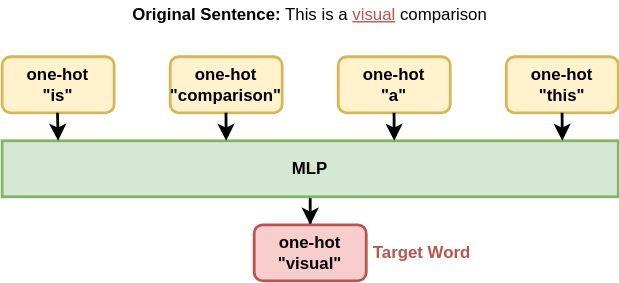
yyhtbs-yye/course_images keeps this draw.io diagram as word_embedding_cbow.svg. Above is the earlier version. Source tidied: cells renumbered, new cells last; positions are measured from the earlier drawing's top-left corner, leaving out a move shared by most shapes. The source it was exported from:
```xml
<mxGraphModel>
  <root>
    <mxCell id="0" />
    <mxCell id="1" parent="0" />
    <mxCell id="2" value="one-hot&lt;br&gt;&quot;is&quot;" style="rounded=1;whiteSpace=wrap;html=1;fillColor=#fff2cc;strokeColor=#d6b656;strokeWidth=2;fontStyle=1;" parent="1" vertex="1">
      <mxGeometry y="40" width="80" height="40" as="geometry" />
    </mxCell>
    <mxCell id="3" value="one-hot&lt;br&gt;&quot;comparison&quot;" style="rounded=1;whiteSpace=wrap;html=1;fillColor=#fff2cc;strokeColor=#d6b656;strokeWidth=2;fontStyle=1;" parent="1" vertex="1">
      <mxGeometry x="120" y="40" width="80" height="40" as="geometry" />
    </mxCell>
    <mxCell id="4" value="one-hot&lt;br&gt;&quot;a&quot;" style="rounded=1;whiteSpace=wrap;html=1;fillColor=#fff2cc;strokeColor=#d6b656;strokeWidth=2;fontStyle=1;" parent="1" vertex="1">
      <mxGeometry x="240" y="40" width="80" height="40" as="geometry" />
    </mxCell>
    <mxCell id="5" value="one-hot &quot;this&quot;" style="rounded=1;whiteSpace=wrap;html=1;fillColor=#fff2cc;strokeColor=#d6b656;strokeWidth=2;fontStyle=1;" parent="1" vertex="1">
      <mxGeometry x="360" y="40" width="80" height="40" as="geometry" />
    </mxCell>
    <mxCell id="6" style="edgeStyle=orthogonalEdgeStyle;rounded=0;jettySize=auto;html=1;strokeWidth=2;" parent="1" edge="1" source="7" target="8">
      <mxGeometry relative="1" as="geometry" />
    </mxCell>
    <mxCell id="7" value="MLP" style="rounded=0;whiteSpace=wrap;html=1;strokeWidth=2;fontStyle=1;fillColor=#d5e8d4;strokeColor=#82b366;" parent="1" vertex="1">
      <mxGeometry y="100" width="440" height="40" as="geometry" />
    </mxCell>
    <mxCell id="8" value="one-hot&lt;br&gt;&quot;visual&quot;" style="rounded=1;whiteSpace=wrap;html=1;fillColor=#f8cecc;strokeColor=#b85450;strokeWidth=2;fontStyle=1;" parent="1" vertex="1">
      <mxGeometry x="180" y="160" width="80" height="40" as="geometry" />
    </mxCell>
    <mxCell id="9" value="Target Word" style="text;html=1;strokeColor=none;fillColor=none;align=center;verticalAlign=middle;whiteSpace=wrap;rounded=0;fontColor=#B85450;fontStyle=1;" parent="1" vertex="1">
      <mxGeometry x="260" y="170" width="80" height="20" as="geometry" />
    </mxCell>
    <mxCell id="10" style="endArrow=classic;html=1;rounded=0;strokeWidth=2;" parent="1" edge="1">
      <mxGeometry relative="1" as="geometry">
        <mxPoint x="39.6" y="80" as="sourcePoint" />
        <mxPoint x="40" y="100" as="targetPoint" />
      </mxGeometry>
    </mxCell>
    <mxCell id="11" style="endArrow=classic;html=1;rounded=0;strokeWidth=2;" parent="1" edge="1">
      <mxGeometry relative="1" as="geometry">
        <mxPoint x="159.9" y="80" as="sourcePoint" />
        <mxPoint x="160" y="100" as="targetPoint" />
      </mxGeometry>
    </mxCell>
    <mxCell id="12" style="endArrow=classic;html=1;rounded=0;strokeWidth=2;" parent="1" edge="1">
      <mxGeometry relative="1" as="geometry">
        <mxPoint x="279.9" y="80" as="sourcePoint" />
        <mxPoint x="280" y="100" as="targetPoint" />
      </mxGeometry>
    </mxCell>
    <mxCell id="13" style="endArrow=classic;html=1;rounded=0;strokeWidth=2;" parent="1" edge="1">
      <mxGeometry relative="1" as="geometry">
        <mxPoint x="399.9" y="80" as="sourcePoint" />
        <mxPoint x="400" y="100" as="targetPoint" />
      </mxGeometry>
    </mxCell>
    <mxCell id="14" value="&lt;b&gt;Original Sentence:&lt;/b&gt; This is a &lt;font color=&quot;#b85450&quot;&gt;&lt;u&gt;visual&lt;/u&gt; &lt;/font&gt;comparison" style="text;html=1;strokeColor=none;fillColor=none;align=center;verticalAlign=middle;whiteSpace=wrap;rounded=0;" parent="1" vertex="1">
      <mxGeometry width="440" height="20" as="geometry" />
    </mxCell>
  </root>
</mxGraphModel>
```
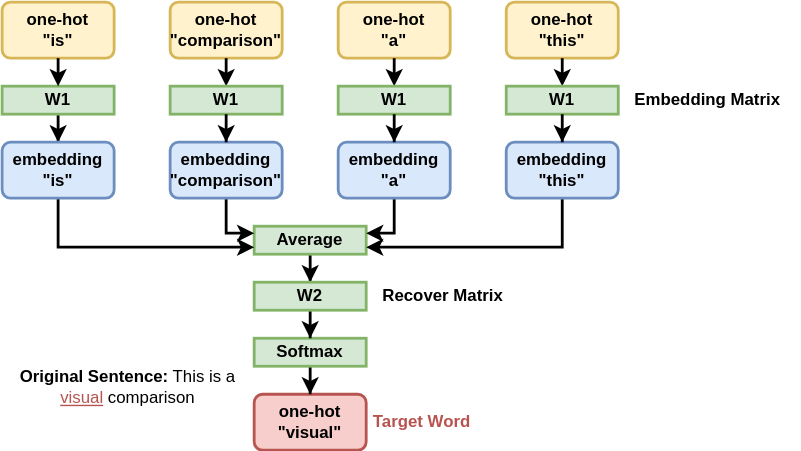
After the commit.

Change to the diagram source:
```diff
@@ -14,44 +14,114 @@
     <mxCell id="5" value="one-hot &quot;this&quot;" style="rounded=1;whiteSpace=wrap;html=1;fillColor=#fff2cc;strokeColor=#d6b656;strokeWidth=2;fontStyle=1;" parent="1" vertex="1">
       <mxGeometry x="360" y="40" width="80" height="40" as="geometry" />
     </mxCell>
-    <mxCell id="6" style="edgeStyle=orthogonalEdgeStyle;rounded=0;jettySize=auto;html=1;strokeWidth=2;" parent="1" edge="1" source="7" target="8">
-      <mxGeometry relative="1" as="geometry" />
-    </mxCell>
+    <mxCell id="15" style="edgeStyle=orthogonalEdgeStyle;rounded=0;jettySize=auto;html=1;strokeWidth=2;" parent="1" edge="1" source="7" target="25">
+      <mxGeometry relative="1" as="geometry" />
+    </mxCell>
-    <mxCell id="7" value="MLP" style="rounded=0;whiteSpace=wrap;html=1;strokeWidth=2;fontStyle=1;fillColor=#d5e8d4;strokeColor=#82b366;" parent="1" vertex="1">
-      <mxGeometry y="100" width="440" height="40" as="geometry" />
+    <mxCell id="7" value="W1" style="rounded=0;whiteSpace=wrap;html=1;strokeWidth=2;fontStyle=1;fillColor=#d5e8d4;strokeColor=#82b366;" parent="1" vertex="1">
+      <mxGeometry y="100" width="80" height="20" as="geometry" />
     </mxCell>
     <mxCell id="8" value="one-hot&lt;br&gt;&quot;visual&quot;" style="rounded=1;whiteSpace=wrap;html=1;fillColor=#f8cecc;strokeColor=#b85450;strokeWidth=2;fontStyle=1;" parent="1" vertex="1">
-      <mxGeometry x="180" y="160" width="80" height="40" as="geometry" />
+      <mxGeometry x="180" y="320" width="80" height="40" as="geometry" />
     </mxCell>
     <mxCell id="9" value="Target Word" style="text;html=1;strokeColor=none;fillColor=none;align=center;verticalAlign=middle;whiteSpace=wrap;rounded=0;fontColor=#B85450;fontStyle=1;" parent="1" vertex="1">
-      <mxGeometry x="260" y="170" width="80" height="20" as="geometry" />
+      <mxGeometry x="260" y="330" width="80" height="20" as="geometry" />
     </mxCell>
-    <mxCell id="10" style="endArrow=classic;html=1;rounded=0;strokeWidth=2;" parent="1" edge="1">
-      <mxGeometry relative="1" as="geometry">
-        <mxPoint x="39.6" y="80" as="sourcePoint" />
-        <mxPoint x="40" y="100" as="targetPoint" />
-      </mxGeometry>
+    <mxCell id="10" style="endArrow=classic;html=1;rounded=0;strokeWidth=2;" parent="1" edge="1" source="2" target="7">
+      <mxGeometry relative="1" as="geometry" />
     </mxCell>
-    <mxCell id="11" style="endArrow=classic;html=1;rounded=0;strokeWidth=2;" parent="1" edge="1">
-      <mxGeometry relative="1" as="geometry">
-        <mxPoint x="159.9" y="80" as="sourcePoint" />
-        <mxPoint x="160" y="100" as="targetPoint" />
-      </mxGeometry>
+    <mxCell id="11" style="endArrow=classic;html=1;rounded=0;strokeWidth=2;" parent="1" edge="1" source="3" target="16">
+      <mxGeometry relative="1" as="geometry" />
     </mxCell>
-    <mxCell id="12" style="endArrow=classic;html=1;rounded=0;strokeWidth=2;" parent="1" edge="1">
-      <mxGeometry relative="1" as="geometry">
-        <mxPoint x="279.9" y="80" as="sourcePoint" />
-        <mxPoint x="280" y="100" as="targetPoint" />
-      </mxGeometry>
+    <mxCell id="12" style="endArrow=classic;html=1;rounded=0;strokeWidth=2;" parent="1" edge="1" source="4" target="17">
+      <mxGeometry relative="1" as="geometry" />
     </mxCell>
-    <mxCell id="13" style="endArrow=classic;html=1;rounded=0;strokeWidth=2;" parent="1" edge="1">
-      <mxGeometry relative="1" as="geometry">
-        <mxPoint x="399.9" y="80" as="sourcePoint" />
-        <mxPoint x="400" y="100" as="targetPoint" />
-      </mxGeometry>
+    <mxCell id="13" style="endArrow=classic;html=1;rounded=0;strokeWidth=2;" parent="1" edge="1" source="5" target="18">
+      <mxGeometry relative="1" as="geometry" />
     </mxCell>
     <mxCell id="14" value="&lt;b&gt;Original Sentence:&lt;/b&gt; This is a &lt;font color=&quot;#b85450&quot;&gt;&lt;u&gt;visual&lt;/u&gt; &lt;/font&gt;comparison" style="text;html=1;strokeColor=none;fillColor=none;align=center;verticalAlign=middle;whiteSpace=wrap;rounded=0;" parent="1" vertex="1">
-      <mxGeometry width="440" height="20" as="geometry" />
+      <mxGeometry x="10" y="290" width="160" height="50" as="geometry" />
     </mxCell>
+    <mxCell id="16" value="W1" style="rounded=0;whiteSpace=wrap;html=1;strokeWidth=2;fontStyle=1;fillColor=#d5e8d4;strokeColor=#82b366;" parent="1" vertex="1">
+      <mxGeometry x="120" y="100" width="80" height="20" as="geometry" />
+    </mxCell>
+    <mxCell id="17" value="W1" style="rounded=0;whiteSpace=wrap;html=1;strokeWidth=2;fontStyle=1;fillColor=#d5e8d4;strokeColor=#82b366;" parent="1" vertex="1">
+      <mxGeometry x="240" y="100" width="80" height="20" as="geometry" />
+    </mxCell>
+    <mxCell id="18" value="W1" style="rounded=0;whiteSpace=wrap;html=1;strokeWidth=2;fontStyle=1;fillColor=#d5e8d4;strokeColor=#82b366;" parent="1" vertex="1">
+      <mxGeometry x="360" y="100" width="80" height="20" as="geometry" />
+    </mxCell>
+    <mxCell id="19" style="edgeStyle=orthogonalEdgeStyle;rounded=0;jettySize=auto;html=1;strokeWidth=2;" parent="1" edge="1" source="33" target="8">
+      <mxGeometry relative="1" as="geometry" />
+    </mxCell>
+    <mxCell id="20" style="edgeStyle=orthogonalEdgeStyle;rounded=0;jettySize=auto;html=1;strokeWidth=2;" parent="1" edge="1" source="21" target="35">
+      <mxGeometry relative="1" as="geometry" />
+    </mxCell>
+    <mxCell id="21" value="Average" style="rounded=0;whiteSpace=wrap;html=1;strokeWidth=2;fontStyle=1;fillColor=#d5e8d4;strokeColor=#82b366;" parent="1" vertex="1">
+      <mxGeometry x="180" y="200" width="80" height="20" as="geometry" />
+    </mxCell>
+    <mxCell id="22" style="rounded=0;jettySize=auto;html=1;exitX=0.5;exitY=1;exitDx=0;exitDy=0;entryX=0;entryY=0.25;entryDx=0;entryDy=0;strokeWidth=2;" parent="1" edge="1" source="23" target="21">
+      <mxGeometry relative="1" as="geometry">
+        <Array as="points">
+          <mxPoint x="160" y="205" />
+        </Array>
+      </mxGeometry>
+    </mxCell>
+    <mxCell id="23" value="embedding&lt;br&gt;&quot;comparison&quot;" style="rounded=1;whiteSpace=wrap;html=1;fillColor=#dae8fc;strokeColor=#6c8ebf;strokeWidth=2;fontStyle=1;" parent="1" vertex="1">
+      <mxGeometry x="120" y="140" width="80" height="40" as="geometry" />
+    </mxCell>
+    <mxCell id="24" style="rounded=0;jettySize=auto;html=1;exitX=0.5;exitY=1;exitDx=0;exitDy=0;entryX=0;entryY=0.75;entryDx=0;entryDy=0;strokeWidth=2;" parent="1" edge="1" source="25" target="21">
+      <mxGeometry relative="1" as="geometry">
+        <Array as="points">
+          <mxPoint x="40" y="215" />
+        </Array>
+      </mxGeometry>
+    </mxCell>
+    <mxCell id="25" value="embedding&lt;br&gt;&quot;is&quot;" style="rounded=1;whiteSpace=wrap;html=1;fillColor=#dae8fc;strokeColor=#6c8ebf;strokeWidth=2;fontStyle=1;" parent="1" vertex="1">
+      <mxGeometry y="140" width="80" height="40" as="geometry" />
+    </mxCell>
+    <mxCell id="26" style="rounded=0;jettySize=auto;html=1;exitX=0.5;exitY=1;exitDx=0;exitDy=0;entryX=1;entryY=0.25;entryDx=0;entryDy=0;strokeWidth=2;" parent="1" edge="1" source="27" target="21">
+      <mxGeometry relative="1" as="geometry">
+        <Array as="points">
+          <mxPoint x="280" y="205" />
+        </Array>
+      </mxGeometry>
+    </mxCell>
+    <mxCell id="27" value="embedding&lt;br&gt;&quot;a&quot;" style="rounded=1;whiteSpace=wrap;html=1;fillColor=#dae8fc;strokeColor=#6c8ebf;strokeWidth=2;fontStyle=1;" parent="1" vertex="1">
+      <mxGeometry x="240" y="140" width="80" height="40" as="geometry" />
+    </mxCell>
+    <mxCell id="28" style="rounded=0;jettySize=auto;html=1;exitX=0.5;exitY=1;exitDx=0;exitDy=0;entryX=1;entryY=0.75;entryDx=0;entryDy=0;strokeWidth=2;" parent="1" edge="1" source="29" target="21">
+      <mxGeometry relative="1" as="geometry">
+        <Array as="points">
+          <mxPoint x="400" y="215" />
+        </Array>
+      </mxGeometry>
+    </mxCell>
+    <mxCell id="29" value="embedding&lt;br&gt;&quot;this&quot;" style="rounded=1;whiteSpace=wrap;html=1;fillColor=#dae8fc;strokeColor=#6c8ebf;strokeWidth=2;fontStyle=1;" parent="1" vertex="1">
+      <mxGeometry x="360" y="140" width="80" height="40" as="geometry" />
+    </mxCell>
+    <mxCell id="30" style="edgeStyle=orthogonalEdgeStyle;rounded=0;jettySize=auto;html=1;strokeWidth=2;" parent="1" edge="1" source="16" target="23">
+      <mxGeometry relative="1" as="geometry" />
+    </mxCell>
+    <mxCell id="31" style="edgeStyle=orthogonalEdgeStyle;rounded=0;jettySize=auto;html=1;strokeWidth=2;" parent="1" edge="1" source="17" target="27">
+      <mxGeometry relative="1" as="geometry" />
+    </mxCell>
+    <mxCell id="32" style="edgeStyle=orthogonalEdgeStyle;rounded=0;jettySize=auto;html=1;strokeWidth=2;" parent="1" edge="1" source="18" target="29">
+      <mxGeometry relative="1" as="geometry" />
+    </mxCell>
+    <mxCell id="33" value="Softmax" style="rounded=0;whiteSpace=wrap;html=1;strokeWidth=2;fontStyle=1;fillColor=#d5e8d4;strokeColor=#82b366;" parent="1" vertex="1">
+      <mxGeometry x="180" y="280" width="80" height="20" as="geometry" />
+    </mxCell>
+    <mxCell id="34" style="edgeStyle=orthogonalEdgeStyle;rounded=0;jettySize=auto;html=1;strokeWidth=2;" parent="1" edge="1" source="35" target="33">
+      <mxGeometry relative="1" as="geometry" />
+    </mxCell>
+    <mxCell id="35" value="W2" style="rounded=0;whiteSpace=wrap;html=1;strokeWidth=2;fontStyle=1;fillColor=#d5e8d4;strokeColor=#82b366;" parent="1" vertex="1">
+      <mxGeometry x="180" y="240" width="80" height="20" as="geometry" />
+    </mxCell>
+    <mxCell id="36" value="Embedding Matrix" style="text;html=1;strokeColor=none;fillColor=none;align=left;verticalAlign=middle;whiteSpace=wrap;rounded=0;fontStyle=1;" parent="1" vertex="1">
+      <mxGeometry x="450" y="100" width="120" height="20" as="geometry" />
+    </mxCell>
+    <mxCell id="37" value="Recover Matrix" style="text;html=1;strokeColor=none;fillColor=none;align=left;verticalAlign=middle;whiteSpace=wrap;rounded=0;fontStyle=1;" parent="1" vertex="1">
+      <mxGeometry x="270" y="240" width="120" height="20" as="geometry" />
+    </mxCell>
   </root>
 </mxGraphModel>
```
